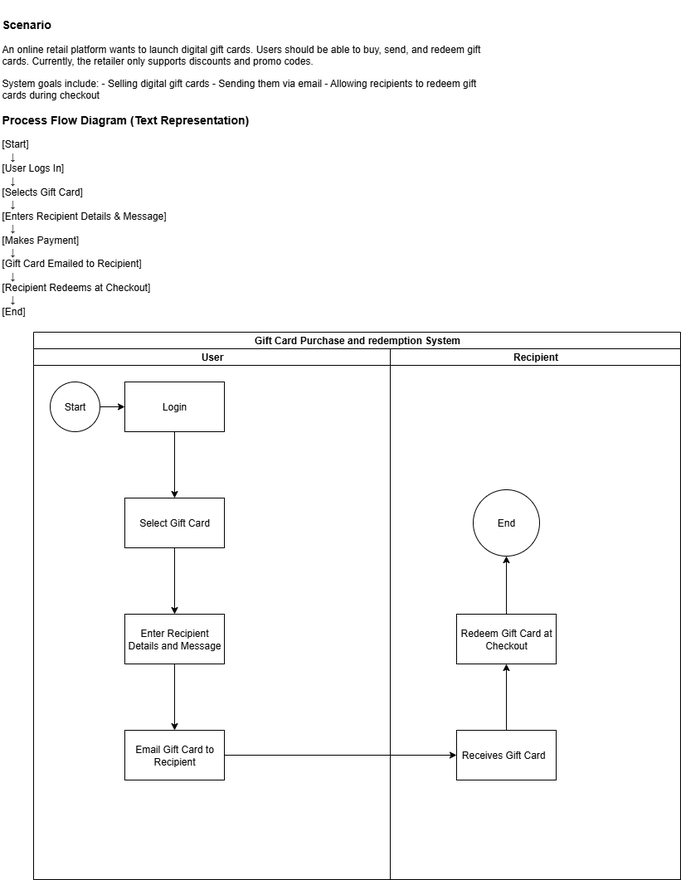
The draw.io diagram E-Commerce Case Study: Gift Card Purchase & Redemption System.drawio.png in shruthiLearns/BusinessAnalysis, before a commit. Source tidied: cells renumbered, new cells last; positions are measured from the earlier drawing's top-left corner, leaving out a move shared by most shapes.
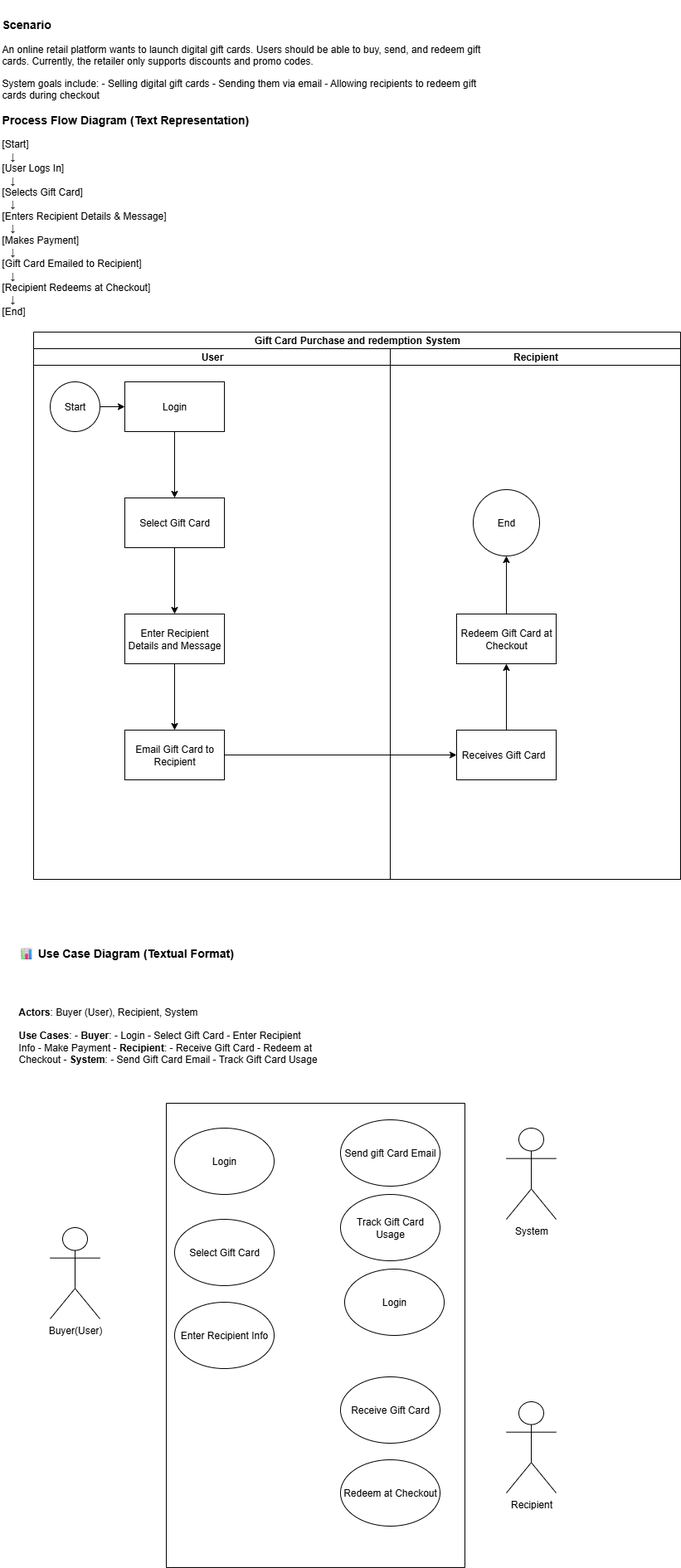
After the commit.

The edit, as a diff of the source:
```diff
@@ -59,5 +59,44 @@
     <mxCell id="20" style="edgeStyle=orthogonalEdgeStyle;rounded=0;jettySize=auto;html=1;" parent="3" edge="1" source="13" target="16">
       <mxGeometry relative="1" as="geometry" />
     </mxCell>
+    <mxCell id="21" style="swimlane;startSize=0;" parent="1" vertex="1">
+      <mxGeometry x="200" y="1330" width="360" height="560" as="geometry" />
+    </mxCell>
+    <mxCell id="22" value="Login" style="ellipse;whiteSpace=wrap;html=1;" parent="21" vertex="1">
+      <mxGeometry x="10" y="30" width="120" height="80" as="geometry" />
+    </mxCell>
+    <mxCell id="23" value="Select Gift Card" style="ellipse;whiteSpace=wrap;html=1;" parent="21" vertex="1">
+      <mxGeometry x="10" y="140" width="120" height="80" as="geometry" />
+    </mxCell>
+    <mxCell id="24" value="Enter Recipient Info" style="ellipse;whiteSpace=wrap;html=1;" parent="21" vertex="1">
+      <mxGeometry x="10" y="240" width="120" height="80" as="geometry" />
+    </mxCell>
+    <mxCell id="25" value="Send gift Card Email" style="ellipse;whiteSpace=wrap;html=1;" parent="21" vertex="1">
+      <mxGeometry x="210" y="20" width="120" height="80" as="geometry" />
+    </mxCell>
+    <mxCell id="26" value="Track Gift Card Usage" style="ellipse;whiteSpace=wrap;html=1;" parent="21" vertex="1">
+      <mxGeometry x="210" y="110" width="120" height="80" as="geometry" />
+    </mxCell>
+    <mxCell id="27" value="Login" style="ellipse;whiteSpace=wrap;html=1;" parent="21" vertex="1">
+      <mxGeometry x="215" y="200" width="120" height="80" as="geometry" />
+    </mxCell>
+    <mxCell id="28" value="Receive Gift Card" style="ellipse;whiteSpace=wrap;html=1;" parent="21" vertex="1">
+      <mxGeometry x="210" y="330" width="120" height="80" as="geometry" />
+    </mxCell>
+    <mxCell id="29" value="Redeem at Checkout" style="ellipse;whiteSpace=wrap;html=1;" parent="21" vertex="1">
+      <mxGeometry x="210" y="430" width="120" height="80" as="geometry" />
+    </mxCell>
+    <mxCell id="30" value="&lt;h3&gt;📊 Use Case Diagram (Textual Format)&lt;/h3&gt;&#10;&#10;&lt;p class=&quot;FirstParagraph&quot;&gt;&lt;b&gt;Actors&lt;/b&gt;: Buyer (User), Recipient, System&lt;br&gt;&#10;&lt;b&gt;Use Cases&lt;/b&gt;: - &lt;b&gt;Buyer&lt;/b&gt;: - Login - Select Gift Card - Enter Recipient&#10;Info - Make Payment - &lt;b&gt;Recipient&lt;/b&gt;: - Receive Gift Card - Redeem at&#10;Checkout - &lt;b&gt;System&lt;/b&gt;: - Send Gift Card Email - Track Gift Card Usage&lt;/p&gt;" style="text;whiteSpace=wrap;html=1;" parent="1" vertex="1">
+      <mxGeometry x="20" y="1120" width="390" height="190" as="geometry" />
+    </mxCell>
+    <mxCell id="31" value="Buyer(User)" style="shape=umlActor;verticalLabelPosition=bottom;verticalAlign=top;html=1;" parent="1" vertex="1">
+      <mxGeometry x="60" y="1480" width="60" height="110" as="geometry" />
+    </mxCell>
+    <mxCell id="32" value="System" style="shape=umlActor;verticalLabelPosition=bottom;verticalAlign=top;html=1;" parent="1" vertex="1">
+      <mxGeometry x="610" y="1360" width="60" height="110" as="geometry" />
+    </mxCell>
+    <mxCell id="33" value="Recipient" style="shape=umlActor;verticalLabelPosition=bottom;verticalAlign=top;html=1;" parent="1" vertex="1">
+      <mxGeometry x="610" y="1690" width="60" height="110" as="geometry" />
+    </mxCell>
   </root>
 </mxGraphModel>
```
